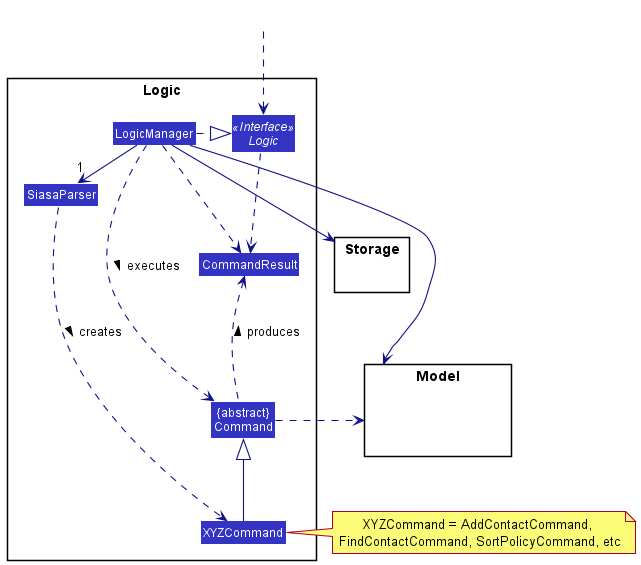
Earlier version of the PlantUML export docs/images/LogicClassDiagram.png (nus-cs2103-AY2122S1/tp). Source of this version:
```plantuml
@startuml
!include style.puml
skinparam arrowThickness 1.1
skinparam arrowColor LOGIC_COLOR_T4
skinparam classBackgroundColor LOGIC_COLOR

package Logic {

Class SiasaParser
Class XYZCommand
Class CommandResult
Class "{abstract}\nCommand" as Command


Interface Logic <<Interface>>
Class LogicManager
}

package Model{
Class HiddenModel #FFFFFF
}

package Storage{
}

Class HiddenOutside #FFFFFF
HiddenOutside ..> Logic

LogicManager .right.|> Logic
LogicManager -right->"1" SiasaParser
SiasaParser ..> XYZCommand : creates >

XYZCommand -up-|> Command
LogicManager .left.> Command : executes >

LogicManager --> Model
LogicManager --> Storage
Storage --[hidden] Model
Command .[hidden]up.> Storage
Command .right.> Model
note right of XYZCommand: XYZCommand = AddContactCommand, \nFindContactCommand, SortPolicyCommand, etc

Logic ..> CommandResult
LogicManager .down.> CommandResult
Command .up.> CommandResult : produces >
@enduml
```
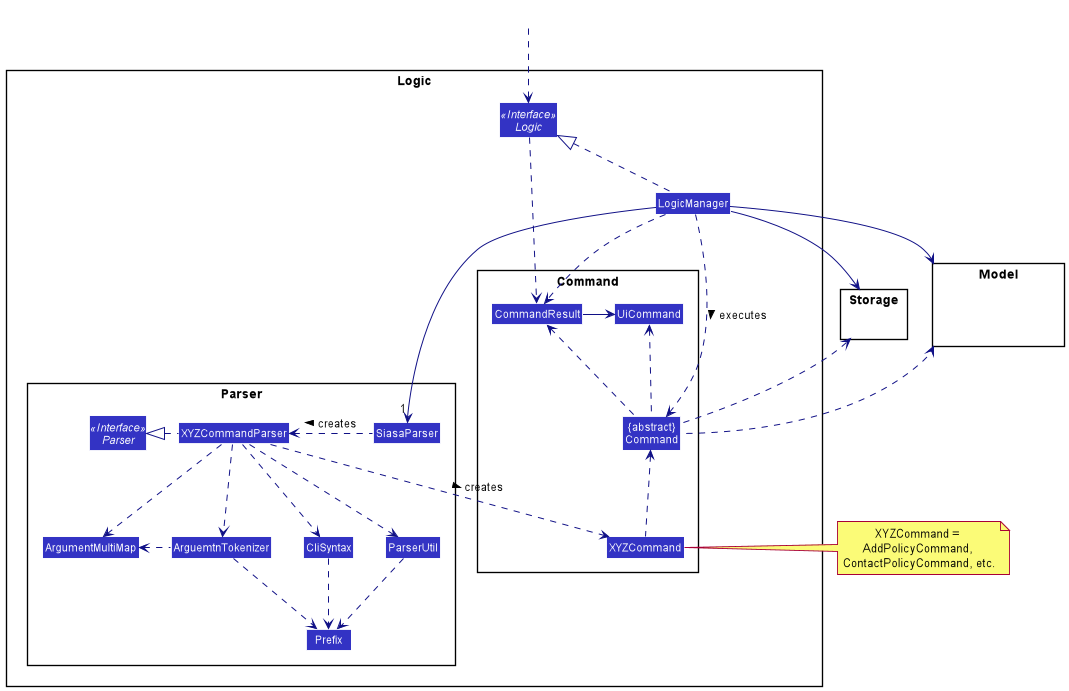
Later version of the same file.

Commit message:
Combine Logic and Parser diagrams

Diff of the diagram source:
```diff
@@ -6,11 +6,23 @@
 
 package Logic {
 
+package Parser {
+Interface Parser <<Interface>>
 Class SiasaParser
+Class XYZCommandParser
+Class CliSyntax
+Class ParserUtil
+Class ArgumentMultiMap
+Class ArguemtnTokenizer
+Class Prefix
+}
+
+package Command {
 Class XYZCommand
 Class CommandResult
+Class UiCommand
 Class "{abstract}\nCommand" as Command
-
+}
 
 Interface Logic <<Interface>>
 Class LogicManager
@@ -21,26 +33,39 @@
 }
 
 package Storage{
+Class HiddenModel #FFFFFF
 }
 
 Class HiddenOutside #FFFFFF
 HiddenOutside ..> Logic
 
-LogicManager .right.|> Logic
-LogicManager -right->"1" SiasaParser
-SiasaParser ..> XYZCommand : creates >
+LogicManager .up.|> Logic
+LogicManager -->"1" SiasaParser
+SiasaParser .left.> XYZCommandParser: creates >
 
-XYZCommand -up-|> Command
-LogicManager .left.> Command : executes >
+XYZCommandParser ..> XYZCommand: creates >
+XYZCommandParser .left.|> Parser
+XYZCommandParser ..> ArgumentMultiMap
+XYZCommandParser ..> CliSyntax
+CliSyntax ..> Prefix
+XYZCommandParser ..> ArguemtnTokenizer
+ArguemtnTokenizer .left.> ArgumentMultiMap
+XYZCommandParser ..> ParserUtil
+ParserUtil ..> Prefix
+ArguemtnTokenizer ..> Prefix
+
+XYZCommand .up.>Command
+LogicManager ..> Command: executes >
 
 LogicManager --> Model
 LogicManager --> Storage
-Storage --[hidden] Model
-Command .[hidden]up.> Storage
-Command .right.> Model
-note right of XYZCommand: XYZCommand = AddContactCommand, \nFindContactCommand, SortPolicyCommand, etc
+Command .up.> Storage
+Command .up.> Model
+note right of XYZCommand: XYZCommand = \nAddPolicyCommand, \nContactPolicyCommand, etc.
 
-Logic ..> CommandResult
-LogicManager .down.> CommandResult
-Command .up.> CommandResult : produces >
+Logic .right.> CommandResult
+LogicManager ..> CommandResult
+Command .up.> CommandResult
+Command .up.> UiCommand
+CommandResult -right-> UiCommand
 @enduml
```
